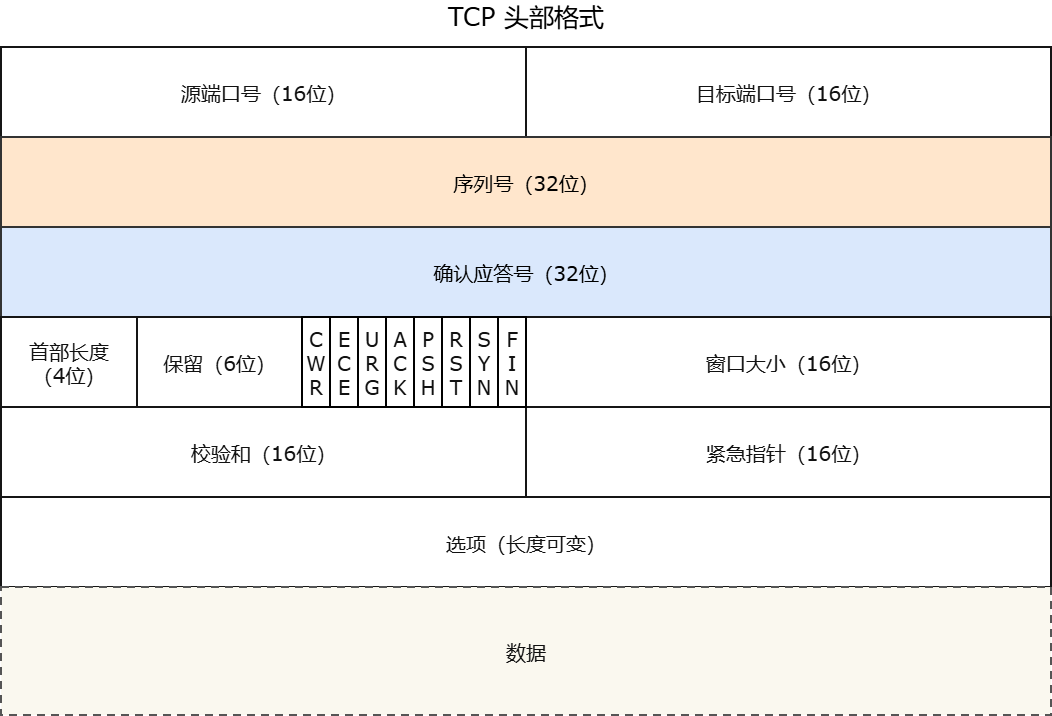
The draw.io diagram network/TCP 头部格式.drawio.png in oHo404/imgrepo, before a commit. Source tidied: cells renumbered, new cells last; positions are measured from the earlier drawing's top-left corner, leaving out a move shared by most shapes.
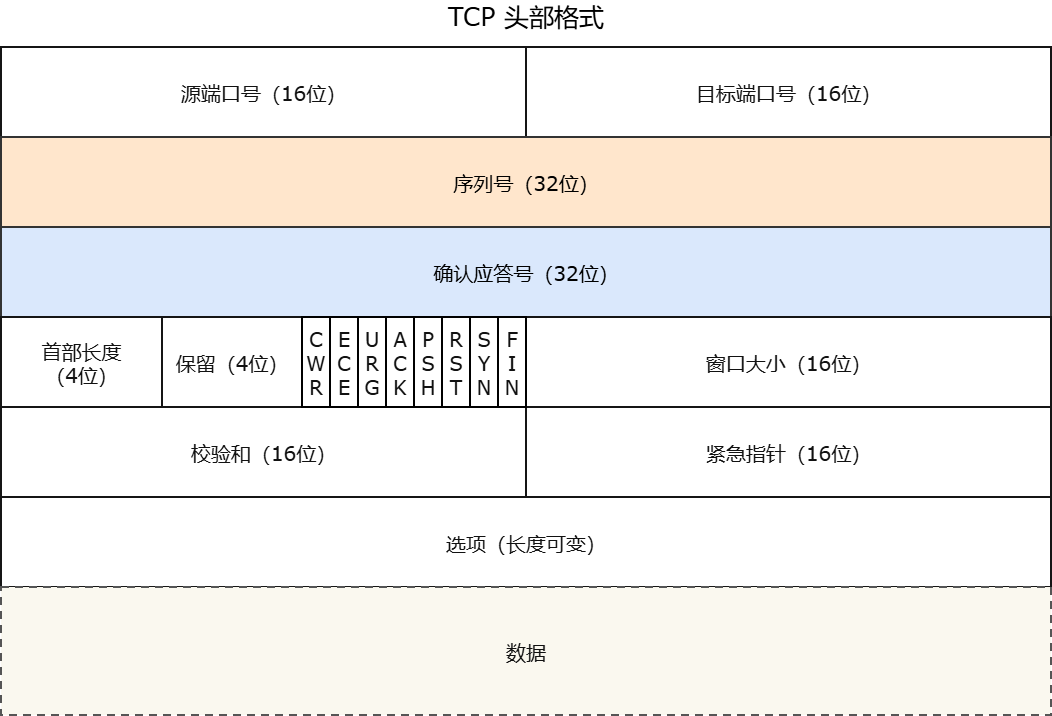
Above is the later version.

Commit message:
更新TCP 头部格式.drawio.png

The edit, as a diff of the source:
```diff
@@ -15,10 +15,10 @@
       <mxGeometry y="227" width="1050" height="90" as="geometry" />
     </mxCell>
     <mxCell id="6" value="首部长度&#10;（4位）" style="rounded=0;whiteSpace=wrap;html=0;align=center;verticalAlign=middle;fontFamily=Verdana;fontSize=20;fontStyle=0;fontColor=#111111;strokeColor=#151515;strokeWidth=2;fillColor=#FFFFFF;spacing=0;" parent="1" vertex="1">
-      <mxGeometry y="317" width="136" height="90" as="geometry" />
+      <mxGeometry y="317" width="161" height="90" as="geometry" />
     </mxCell>
-    <mxCell id="7" value="保留（6位）" style="rounded=0;whiteSpace=wrap;html=0;align=center;verticalAlign=middle;fontFamily=Verdana;fontSize=20;fontStyle=0;fontColor=#111111;strokeColor=#151515;strokeWidth=2;fillColor=#FFFFFF;spacing=0;" parent="1" vertex="1">
-      <mxGeometry x="136" y="317" width="165" height="90" as="geometry" />
+    <mxCell id="7" value="保留（4位）" style="rounded=0;whiteSpace=wrap;html=0;align=center;verticalAlign=middle;fontFamily=Verdana;fontSize=20;fontStyle=0;fontColor=#111111;strokeColor=#151515;strokeWidth=2;fillColor=#FFFFFF;spacing=0;" parent="1" vertex="1">
+      <mxGeometry x="161" y="317" width="140" height="90" as="geometry" />
     </mxCell>
     <mxCell id="8" value="窗口大小（16位）" style="rounded=0;whiteSpace=wrap;html=0;align=center;verticalAlign=middle;fontFamily=Verdana;fontSize=20;fontStyle=0;fontColor=#111111;strokeColor=#151515;strokeWidth=2;fillColor=#FFFFFF;spacing=0;" parent="1" vertex="1">
       <mxGeometry x="525" y="317" width="525" height="90" as="geometry" />
```
